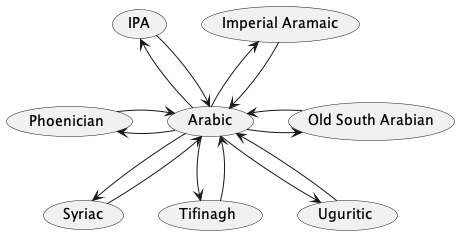
The PlantUML diagram packages/abjad-convert/doc/converters.png in amerharb/abjad-convert, before a commit.
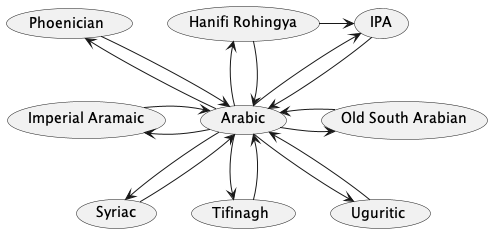
The same file after the commit.

What changed in the source:
```diff
@@ -1,13 +1,16 @@
 @startuml
 
-(Arabic) -up-> (Imperial Aramaic)
-(Arabic) <-up- (Imperial Aramaic)
+(Arabic) -up-> (Hanifi Rohingya)
+(Arabic) <-up- (Hanifi Rohingya)
 (Arabic) -up-> (IPA)
 (Arabic) <-up- (IPA)
+(IPA) <-left- (Hanifi Rohingya)
+(Arabic) -up-> (Phoenician)
+(Arabic) <-up- (Phoenician)
 (Arabic) -> (Old South Arabian)
 (Arabic) <- (Old South Arabian)
-(Arabic) -left-> (Phoenician)
-(Arabic) <-left- (Phoenician)
+(Arabic) -left-> (Imperial Aramaic)
+(Arabic) <-left- (Imperial Aramaic)
 (Arabic) --> (Syriac)
 (Arabic) <-- (Syriac)
 (Arabic) --> (Tifinagh)
```
